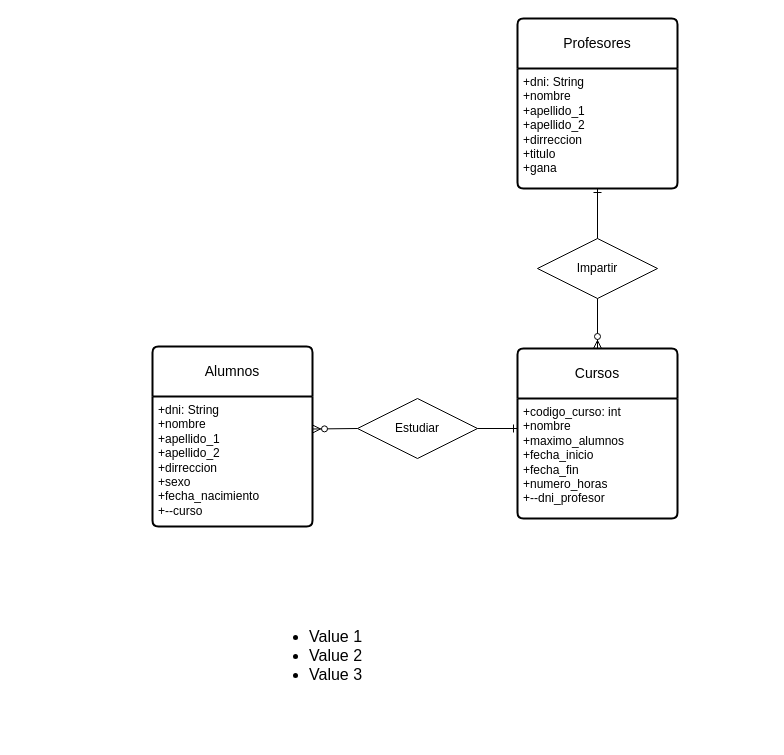
SerotDev/aga-sru-sa-tsys-mysql-c3-ta14-17102023 keeps this draw.io diagram as TA14-DDL/ejercicio12.drawio. Above is the earlier version. Source tidied: cells renumbered, new cells numbered last; positions are measured from the earlier drawing's top-left corner, leaving out a move shared by most shapes. Both pictures are drawn from the tidied source at 100%, with x=0, y=0 at pixel (152, 18).
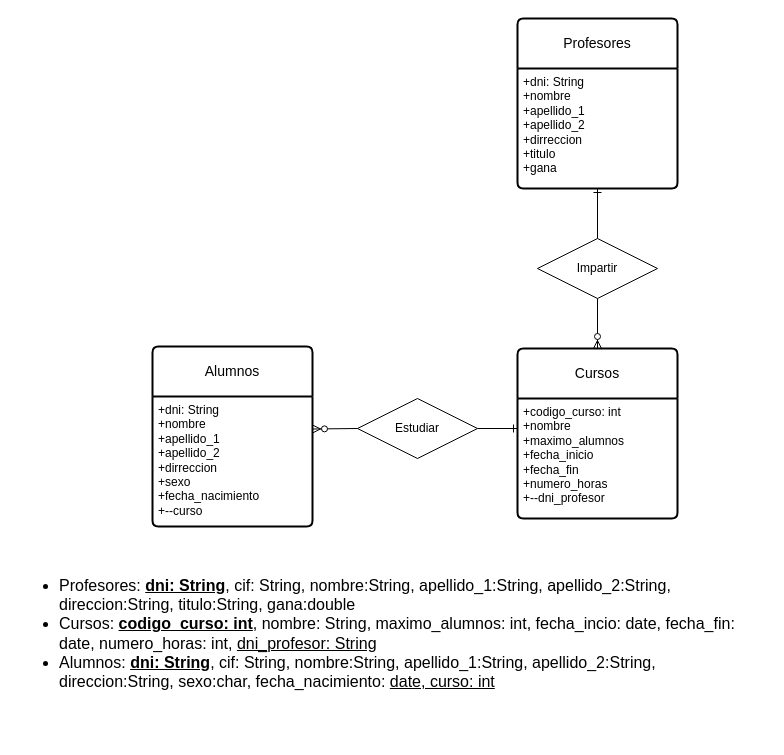
The same diagram, later.

Change to the diagram source:
```diff
@@
 <mxGraphModel>
   <root>
     <mxCell id="0" />
     <mxCell id="1" parent="0" />
     <mxCell id="2" value="Alumnos" style="swimlane;horizontal=1;startSize=50;rounded=1;fontSize=14;fontStyle=0;strokeWidth=2;shadow=0;dashed=0;align=center;arcSize=4;whiteSpace=wrap;html=1;" parent="1" vertex="1">
       <mxGeometry y="328" width="160" height="180" as="geometry" />
     </mxCell>
     <mxCell id="3" value="+dni: String&lt;br&gt;+nombre&lt;br&gt;+apellido_1&lt;br&gt;+apellido_2&lt;br&gt;+dirreccion&lt;br&gt;+sexo&lt;br&gt;+fecha_nacimiento&lt;br&gt;+--curso" style="align=left;strokeColor=none;fillColor=none;spacingLeft=4;fontSize=12;verticalAlign=top;html=1;" parent="2" vertex="1">
       <mxGeometry y="50" width="160" height="130" as="geometry" />
     </mxCell>
     <mxCell id="4" value="Cursos" style="swimlane;horizontal=1;startSize=50;rounded=1;fontSize=14;fontStyle=0;strokeWidth=2;shadow=0;dashed=0;align=center;arcSize=4;whiteSpace=wrap;html=1;" parent="1" vertex="1">
       <mxGeometry x="365" y="330" width="160" height="170" as="geometry" />
     </mxCell>
     <mxCell id="5" value="+codigo_curso: int&lt;br&gt;+nombre&lt;br&gt;+maximo_alumnos&lt;br&gt;+fecha_inicio&lt;br&gt;+fecha_fin&lt;br&gt;+numero_horas&lt;br&gt;+--dni_profesor" style="align=left;strokeColor=none;fillColor=none;spacingLeft=4;fontSize=12;verticalAlign=top;html=1;" parent="4" vertex="1">
       <mxGeometry y="50" width="160" height="120" as="geometry" />
     </mxCell>
     <mxCell id="6" value="Profesores" style="swimlane;horizontal=1;startSize=50;rounded=1;fontSize=14;fontStyle=0;strokeWidth=2;shadow=0;dashed=0;align=center;arcSize=4;whiteSpace=wrap;html=1;" parent="1" vertex="1">
       <mxGeometry x="365" width="160" height="170" as="geometry" />
     </mxCell>
     <mxCell id="7" value="+dni: String&lt;br style=&quot;border-color: var(--border-color);&quot;&gt;+nombre&lt;br style=&quot;border-color: var(--border-color);&quot;&gt;+apellido_1&lt;br style=&quot;border-color: var(--border-color);&quot;&gt;+apellido_2&lt;br style=&quot;border-color: var(--border-color);&quot;&gt;+dirreccion&lt;br&gt;+titulo&lt;br&gt;+gana" style="align=left;strokeColor=none;fillColor=none;spacingLeft=4;fontSize=12;verticalAlign=top;html=1;" parent="6" vertex="1">
       <mxGeometry y="50" width="160" height="120" as="geometry" />
     </mxCell>
     <mxCell id="8" value="Estudiar" style="shape=rhombus;perimeter=rhombusPerimeter;whiteSpace=wrap;html=1;align=center;" parent="1" vertex="1">
       <mxGeometry x="205" y="380" width="120" height="60" as="geometry" />
     </mxCell>
     <mxCell id="9" value="Impartir" style="shape=rhombus;perimeter=rhombusPerimeter;whiteSpace=wrap;html=1;align=center;" parent="1" vertex="1">
       <mxGeometry x="385" y="220" width="120" height="60" as="geometry" />
     </mxCell>
     <mxCell id="10" style="fontSize=12;html=1;endArrow=ERone;endFill=1;rounded=0;entryX=0.5;entryY=1;entryDx=0;entryDy=0;exitX=0.5;exitY=0;exitDx=0;exitDy=0;" parent="1" edge="1" source="9" target="7">
       <mxGeometry relative="1" as="geometry" />
     </mxCell>
     <mxCell id="11" style="fontSize=12;html=1;endArrow=ERzeroToMany;endFill=1;rounded=0;exitX=0.5;exitY=1;exitDx=0;exitDy=0;entryX=0.5;entryY=0;entryDx=0;entryDy=0;" parent="1" edge="1" source="9" target="4">
       <mxGeometry relative="1" as="geometry" />
     </mxCell>
     <mxCell id="12" style="fontSize=12;html=1;endArrow=ERone;endFill=1;rounded=0;entryX=0;entryY=0.25;entryDx=0;entryDy=0;exitX=1;exitY=0.5;exitDx=0;exitDy=0;" parent="1" edge="1" source="8" target="5">
       <mxGeometry relative="1" as="geometry" />
     </mxCell>
     <mxCell id="13" style="fontSize=12;html=1;endArrow=ERzeroToMany;endFill=1;rounded=0;exitX=0;exitY=0.5;exitDx=0;exitDy=0;entryX=1;entryY=0.25;entryDx=0;entryDy=0;" parent="1" edge="1" source="8" target="3">
       <mxGeometry relative="1" as="geometry" />
     </mxCell>
-    <mxCell id="14" value="&lt;ul style=&quot;font-size: 16px;&quot;&gt;&lt;li&gt;Value 1&lt;/li&gt;&lt;li&gt;Value 2&lt;/li&gt;&lt;li&gt;Value 3&lt;/li&gt;&lt;/ul&gt;" style="text;strokeColor=none;fillColor=none;html=1;whiteSpace=wrap;verticalAlign=middle;overflow=hidden;" parent="1" vertex="1">
-      <mxGeometry x="115" y="590" width="100" height="80" as="geometry" />
+    <mxCell id="14" value="&lt;ul style=&quot;font-size: 16px;&quot;&gt;&lt;li style=&quot;border-color: var(--border-color);&quot;&gt;Profesores:&amp;nbsp;&lt;u style=&quot;border-color: var(--border-color); font-weight: bold;&quot;&gt;dni: String&lt;/u&gt;, cif: String, nombre:String, apellido_1:String, apellido_2:String, direccion:String, titulo:String, gana:double&lt;/li&gt;&lt;li style=&quot;border-color: var(--border-color);&quot;&gt;Cursos:&amp;nbsp;&lt;u style=&quot;border-color: var(--border-color); font-weight: bold;&quot;&gt;codigo_curso: int&lt;/u&gt;, nombre: String, maximo_alumnos: int, fecha_incio: date, fecha_fin: date, numero_horas: int, &lt;u&gt;dni_profesor: String&lt;/u&gt;&lt;/li&gt;&lt;li style=&quot;border-color: var(--border-color);&quot;&gt;Alumnos:&amp;nbsp;&lt;u style=&quot;border-color: var(--border-color); font-weight: bold;&quot;&gt;dni: String&lt;/u&gt;, cif: String, nombre:String, apellido_1:String, apellido_2:String, direccion:String, sexo:char, fecha_nacimiento: &lt;u&gt;date, curso: int&lt;/u&gt;&lt;/li&gt;&lt;/ul&gt;" style="text;strokeColor=none;fillColor=none;html=1;whiteSpace=wrap;verticalAlign=middle;overflow=hidden;" parent="1" vertex="1">
+      <mxGeometry x="-135" y="510" width="750" height="210" as="geometry" />
     </mxCell>
   </root>
 </mxGraphModel>
```
